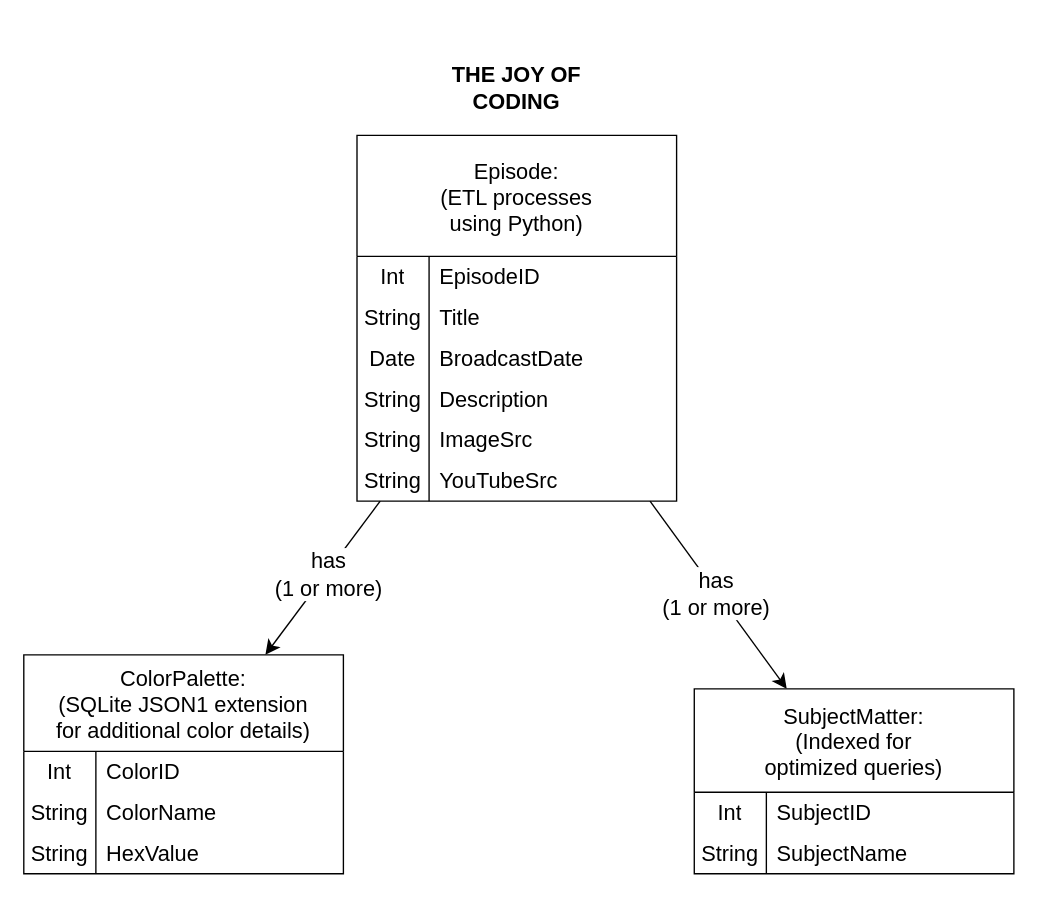
Above: The Joy of Coding.drawio in alixvox/holbertonschool-the-joy-of-painting-api (draw.io), before the change. Source tidied: cells renumbered, new cells numbered last; positions are measured from the earlier drawing's top-left corner, leaving out a move shared by most shapes. Both pictures are drawn from the tidied source at 136%, with x=0, y=0 at pixel (23, 23).
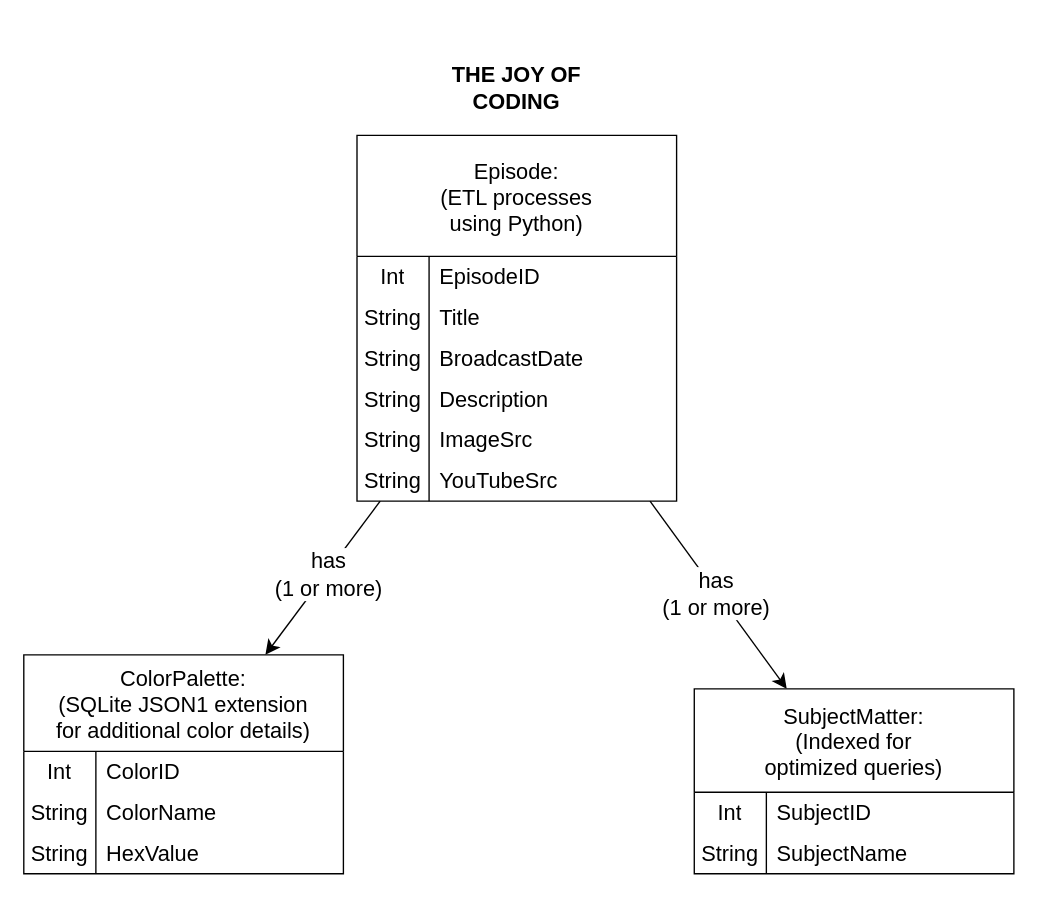
The same diagram, later.

The change refers to these unchanged cells:
```xml
<mxCell id="13" style="shape=tableRow;horizontal=0;startSize=0;swimlaneHead=0;swimlaneBody=0;top=0;left=0;bottom=0;right=0;fillColor=none;strokeColor=inherit;fontSize=16;" parent="6" vertex="1">
  <mxGeometry y="149" width="235" height="30" as="geometry" />
</mxCell>
```

The edit, as a diff of the source:
```diff
@@
-    <mxCell id="14" value="Date" style="shape=partialRectangle;html=1;whiteSpace=wrap;fillColor=none;top=0;left=0;bottom=0;right=0;overflow=hidden;strokeColor=inherit;fontSize=16;" parent="13" vertex="1">
+    <mxCell id="14" value="String" style="shape=partialRectangle;html=1;whiteSpace=wrap;fillColor=none;top=0;left=0;bottom=0;right=0;overflow=hidden;strokeColor=inherit;fontSize=16;" parent="13" vertex="1">
       <mxGeometry width="53" height="30" as="geometry" />
     </mxCell>
```
